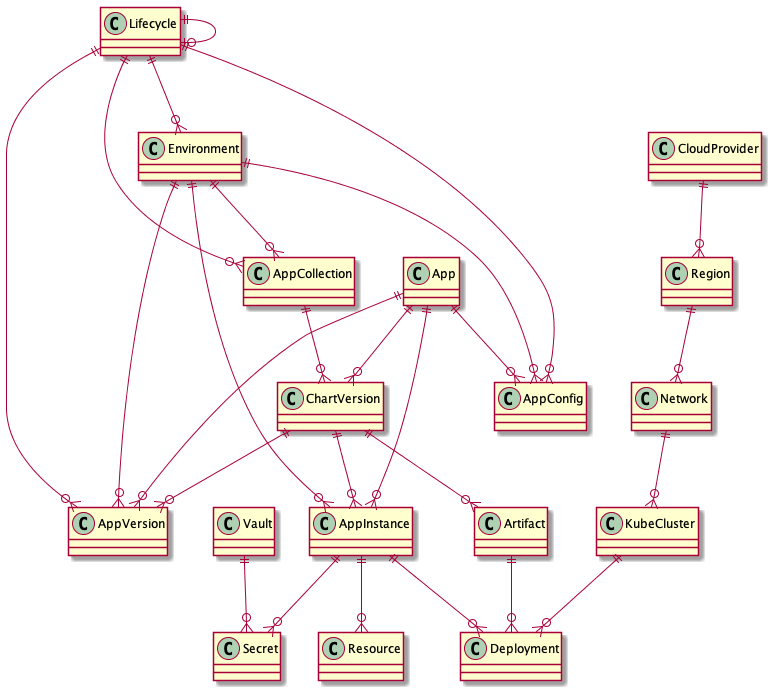
Earlier version of the PlantUML export docs/erd_plantuml.png (johnsdouglass/cmdb).
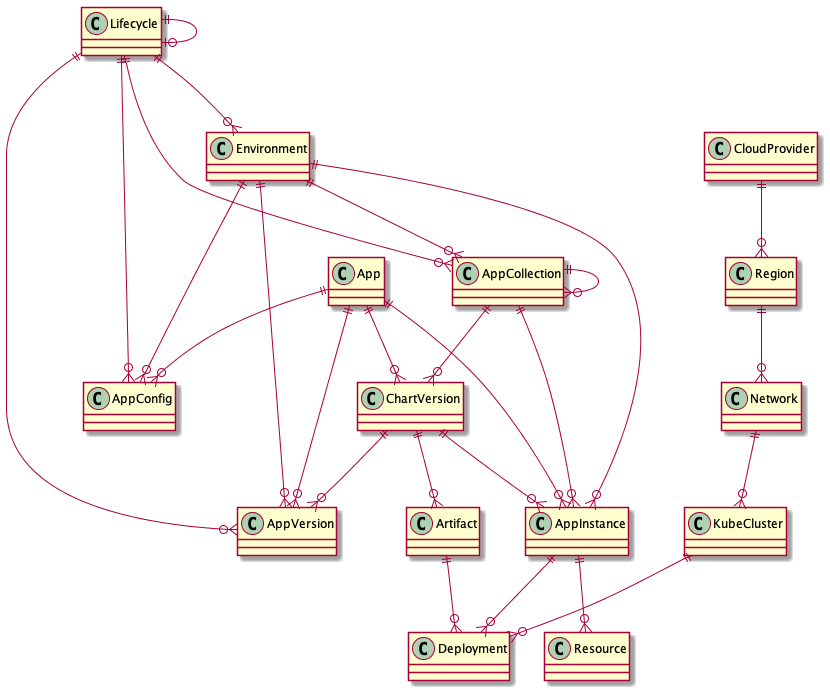
After the change.

Commit message:
Updates to AppCollection and removed Vault/Secret

The edit, as a diff of the source:
```diff
@@ -1,8 +1,9 @@
 @startuml
     AppCollection ||--o{ ChartVersion : ""
+    AppCollection ||--o{ AppCollection : ""
+    AppCollection ||--o{ AppInstance : ""
     AppInstance ||--o{ Deployment : ""
     AppInstance ||--o{ Resource : ""
-    AppInstance ||--o{ Secret : ""
     App ||--o{ AppConfig : ""
     App ||--o{ AppInstance : ""
     App ||--o{ AppVersion : ""
@@ -24,5 +25,4 @@
     Lifecycle ||--o| Lifecycle : ""
     Network ||--o{ KubeCluster : ""
     Region ||--o{ Network : ""
-    Vault ||--o{ Secret : ""
 @enduml
```
